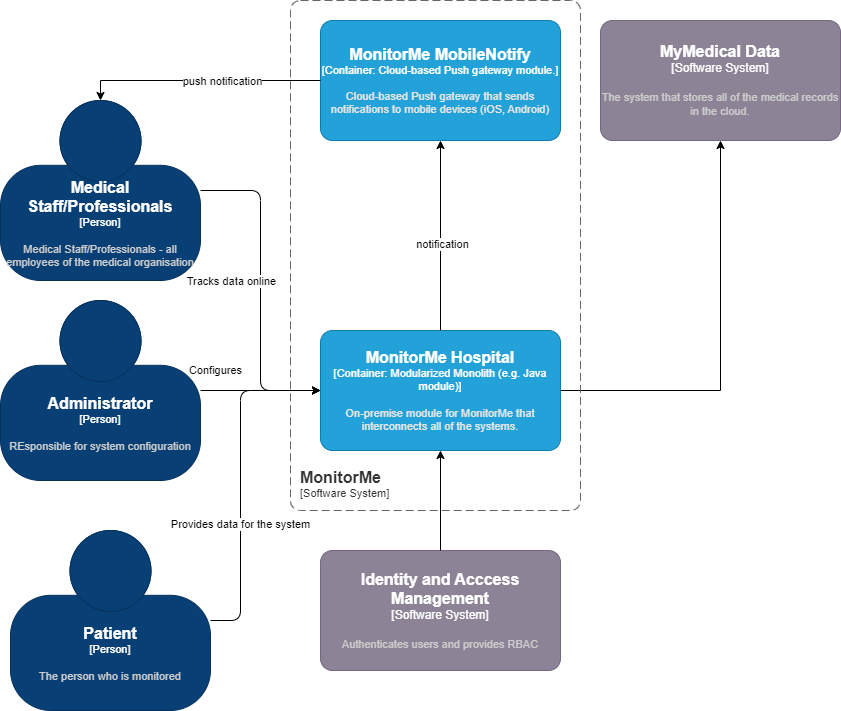
The draw.io diagram images/container-diagram.drawio.png in formalizator/Ctrl-Arch-Elite, before a commit. Source tidied: cells renumbered, new cells last; positions are measured from the earlier drawing's top-left corner, leaving out a move shared by most shapes.
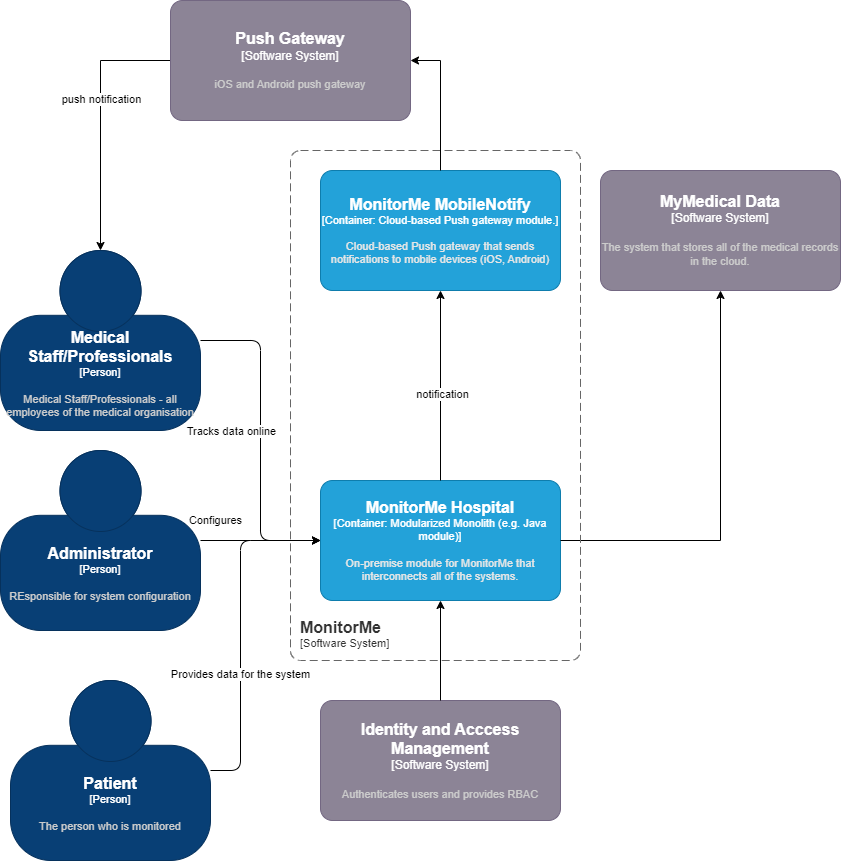
The same file after the commit.

Change to the diagram source:
```diff
@@ -60,7 +60,7 @@
         <mxGeometry x="10" y="530" width="200" height="180" as="geometry" />
       </mxCell>
     </object>
-    <mxCell id="14" style="edgeStyle=orthogonalEdgeStyle;rounded=0;jettySize=auto;html=1;entryX=0.5;entryY=0;entryDx=0;entryDy=0;entryPerimeter=0;" parent="1" edge="1" source="3" target="8">
+    <mxCell id="14" style="edgeStyle=orthogonalEdgeStyle;rounded=0;jettySize=auto;html=1;entryX=0.5;entryY=0;entryDx=0;entryDy=0;entryPerimeter=0;exitX=0;exitY=0.5;exitDx=0;exitDy=0;exitPerimeter=0;" parent="1" edge="1" source="21" target="8">
       <mxGeometry relative="1" as="geometry" />
     </mxCell>
     <mxCell id="15" value="push notification" style="edgeLabel;html=1;align=center;verticalAlign=middle;" parent="14" vertex="1">
@@ -87,5 +87,13 @@
         <mxGeometry x="290" width="290" height="510" as="geometry" />
       </mxCell>
     </object>
+    <object id="21" label="&lt;font style=&quot;font-size: 16px&quot;&gt;&lt;b&gt;%c4Name%&lt;/b&gt;&lt;/font&gt;&lt;div&gt;[%c4Type%]&lt;/div&gt;&lt;br&gt;&lt;div&gt;&lt;font style=&quot;font-size: 11px&quot;&gt;&lt;font color=&quot;#cccccc&quot;&gt;%c4Description%&lt;/font&gt;&lt;/div&gt;" c4Description="iOS and Android push gateway" c4Name="Push Gateway" c4Type="Software System" placeholders="1">
+      <mxCell style="rounded=1;whiteSpace=wrap;html=1;labelBackgroundColor=none;fillColor=#8C8496;fontColor=#ffffff;align=center;arcSize=10;strokeColor=#736782;points=[[0.25,0,0],[0.5,0,0],[0.75,0,0],[1,0.25,0],[1,0.5,0],[1,0.75,0],[0.75,1,0],[0.5,1,0],[0.25,1,0],[0,0.75,0],[0,0.5,0],[0,0.25,0]];" parent="1" vertex="1">
+        <mxGeometry x="170" y="-150" width="240" height="120" as="geometry" />
+      </mxCell>
+    </object>
+    <mxCell id="22" style="edgeStyle=orthogonalEdgeStyle;rounded=0;jettySize=auto;html=1;entryX=1;entryY=0.5;entryDx=0;entryDy=0;entryPerimeter=0;" parent="1" edge="1" source="3" target="21">
+      <mxGeometry relative="1" as="geometry" />
+    </mxCell>
   </root>
 </mxGraphModel>
```
